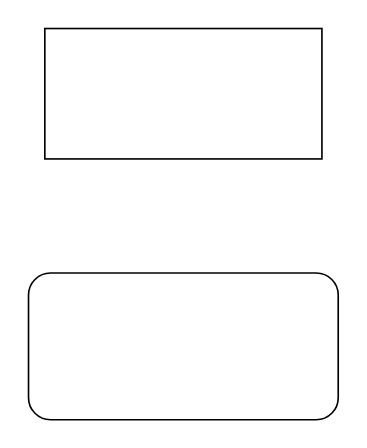
The draw.io diagram test.drawio in qqzy/picture, before the edit. Source tidied: cells renumbered, new cells numbered last; positions are measured from the earlier drawing's top-left corner, leaving out a move shared by most shapes. Both pictures are drawn from the tidied source at 163%, with x=0, y=0 at pixel (28, 28).
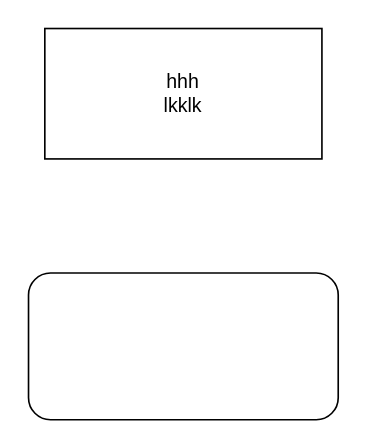
After the change.

What changed in the source:
```diff
@@
 <mxGraphModel>
   <root>
     <mxCell id="0" />
     <mxCell id="1" parent="0" />
     <mxCell id="2" style="rounded=1;whiteSpace=wrap;html=1;" parent="1" vertex="1">
       <mxGeometry y="150" width="190" height="90" as="geometry" />
     </mxCell>
-    <mxCell id="3" style="rounded=0;whiteSpace=wrap;html=1;" parent="1" vertex="1">
+    <mxCell id="3" value="hhh&lt;div&gt;lkklk&lt;/div&gt;" style="rounded=0;whiteSpace=wrap;html=1;" parent="1" vertex="1">
       <mxGeometry x="10" width="170" height="80" as="geometry" />
     </mxCell>
   </root>
 </mxGraphModel>
```
